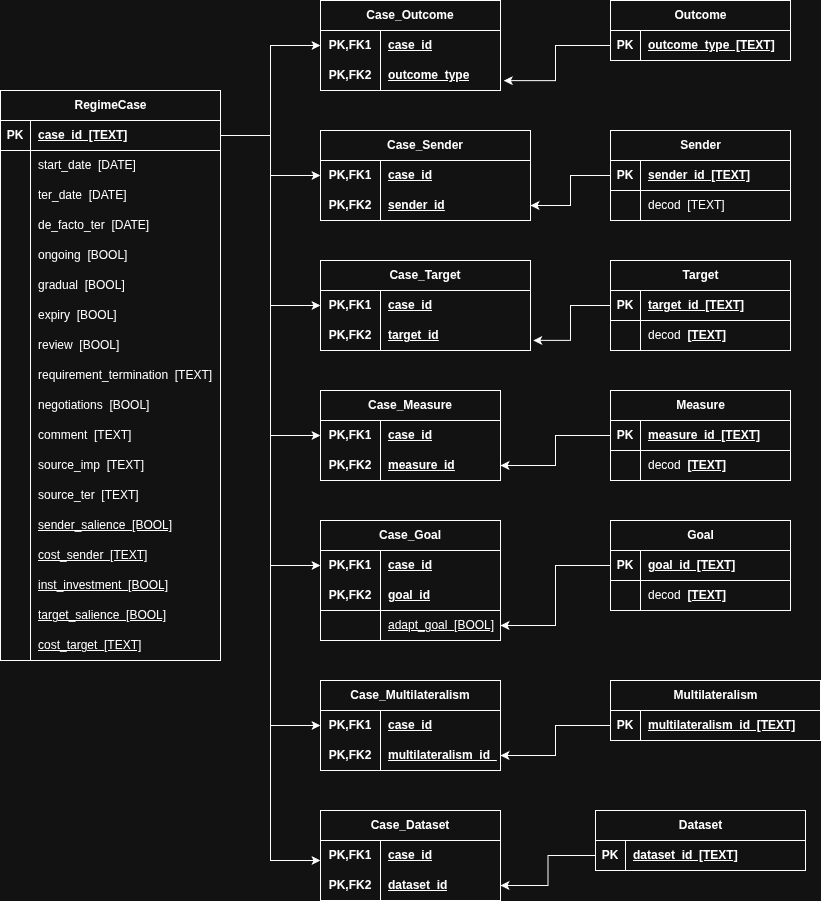
Before: ERD/ERD.drawio.png, a diagram exported from draw.io (jellyrosp/sanctions-termination-dataset). Source tidied: cells renumbered, new cells last; positions are measured from the earlier drawing's top-left corner, leaving out a move shared by most shapes.
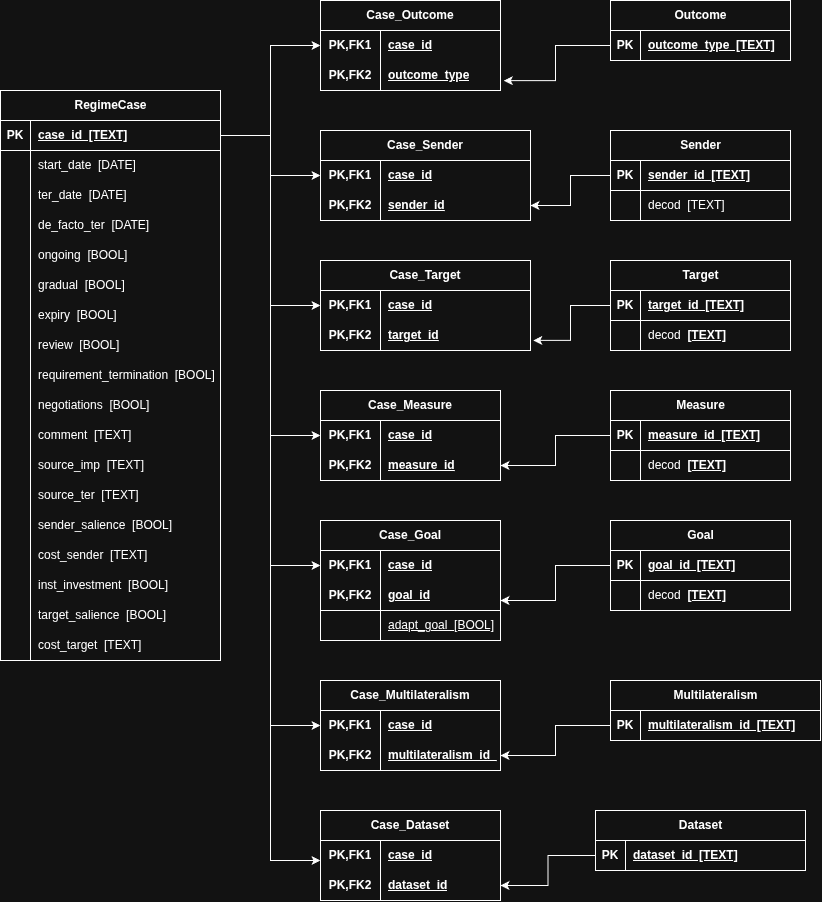
Above is the later version.

Diff of the diagram source:
```diff
@@ -83,7 +83,7 @@
     <mxCell id="28" style="shape=partialRectangle;fillColor=none;top=0;left=0;bottom=0;right=0;overflow=hidden;whiteSpace=wrap;html=1;" parent="27" vertex="1">
       <mxGeometry width="30" height="30" as="geometry" />
     </mxCell>
-    <mxCell id="29" value="requirement_termination&amp;nbsp; [TEXT]" style="shape=partialRectangle;fillColor=none;top=0;left=0;bottom=0;right=0;align=left;spacingLeft=6;overflow=hidden;whiteSpace=wrap;html=1;" parent="27" vertex="1">
+    <mxCell id="29" value="requirement_termination&amp;nbsp; [BOOL]" style="shape=partialRectangle;fillColor=none;top=0;left=0;bottom=0;right=0;align=left;spacingLeft=6;overflow=hidden;whiteSpace=wrap;html=1;" parent="27" vertex="1">
       <mxGeometry x="30" width="190" height="30" as="geometry" />
     </mxCell>
     <mxCell id="30" style="shape=tableRow;horizontal=0;startSize=0;swimlaneHead=0;swimlaneBody=0;fillColor=none;top=0;left=0;right=0;bottom=0;" parent="2" vertex="1">
@@ -128,7 +128,7 @@
     <mxCell id="43" style="shape=partialRectangle;fillColor=none;top=0;left=0;bottom=0;right=0;overflow=hidden;whiteSpace=wrap;html=1;" parent="42" vertex="1">
       <mxGeometry width="30" height="30" as="geometry" />
     </mxCell>
-    <mxCell id="44" value="&lt;span style=&quot;text-decoration-line: underline;&quot;&gt;sender_salience&amp;nbsp; [BOOL]&lt;/span&gt;" style="shape=partialRectangle;fillColor=none;top=0;left=0;bottom=0;right=0;align=left;spacingLeft=6;overflow=hidden;whiteSpace=wrap;html=1;" parent="42" vertex="1">
+    <mxCell id="44" value="sender_salience&amp;nbsp; [BOOL]" style="shape=partialRectangle;fillColor=none;top=0;left=0;bottom=0;right=0;align=left;spacingLeft=6;overflow=hidden;whiteSpace=wrap;html=1;" parent="42" vertex="1">
       <mxGeometry x="30" width="190" height="30" as="geometry" />
     </mxCell>
     <mxCell id="45" style="shape=tableRow;horizontal=0;startSize=0;swimlaneHead=0;swimlaneBody=0;fillColor=none;top=0;left=0;right=0;bottom=0;" parent="2" vertex="1">
@@ -137,7 +137,7 @@
     <mxCell id="46" style="shape=partialRectangle;fillColor=none;top=0;left=0;bottom=0;right=0;overflow=hidden;whiteSpace=wrap;html=1;" parent="45" vertex="1">
       <mxGeometry width="30" height="30" as="geometry" />
     </mxCell>
-    <mxCell id="47" value="&lt;span style=&quot;text-decoration-line: underline;&quot;&gt;cost_sender&amp;nbsp; [TEXT]&lt;/span&gt;" style="shape=partialRectangle;fillColor=none;top=0;left=0;bottom=0;right=0;align=left;spacingLeft=6;overflow=hidden;whiteSpace=wrap;html=1;" parent="45" vertex="1">
+    <mxCell id="47" value="cost_sender&amp;nbsp; [TEXT]" style="shape=partialRectangle;fillColor=none;top=0;left=0;bottom=0;right=0;align=left;spacingLeft=6;overflow=hidden;whiteSpace=wrap;html=1;" parent="45" vertex="1">
       <mxGeometry x="30" width="190" height="30" as="geometry" />
     </mxCell>
     <mxCell id="48" style="shape=tableRow;horizontal=0;startSize=0;swimlaneHead=0;swimlaneBody=0;fillColor=none;top=0;left=0;right=0;bottom=0;" parent="2" vertex="1">
@@ -146,7 +146,7 @@
     <mxCell id="49" style="shape=partialRectangle;fillColor=none;top=0;left=0;bottom=0;right=0;overflow=hidden;whiteSpace=wrap;html=1;" parent="48" vertex="1">
       <mxGeometry width="30" height="30" as="geometry" />
     </mxCell>
-    <mxCell id="50" value="&lt;span style=&quot;text-decoration-line: underline;&quot;&gt;inst_investment&amp;nbsp; [BOOL]&lt;/span&gt;" style="shape=partialRectangle;fillColor=none;top=0;left=0;bottom=0;right=0;align=left;spacingLeft=6;overflow=hidden;whiteSpace=wrap;html=1;" parent="48" vertex="1">
+    <mxCell id="50" value="inst_investment&amp;nbsp; [BOOL]" style="shape=partialRectangle;fillColor=none;top=0;left=0;bottom=0;right=0;align=left;spacingLeft=6;overflow=hidden;whiteSpace=wrap;html=1;" parent="48" vertex="1">
       <mxGeometry x="30" width="190" height="30" as="geometry" />
     </mxCell>
     <mxCell id="51" style="shape=tableRow;horizontal=0;startSize=0;swimlaneHead=0;swimlaneBody=0;fillColor=none;top=0;left=0;right=0;bottom=0;" parent="2" vertex="1">
@@ -155,7 +155,7 @@
     <mxCell id="52" style="shape=partialRectangle;fillColor=none;top=0;left=0;bottom=0;right=0;overflow=hidden;whiteSpace=wrap;html=1;" parent="51" vertex="1">
       <mxGeometry width="30" height="30" as="geometry" />
     </mxCell>
-    <mxCell id="53" value="&lt;span style=&quot;text-decoration-line: underline;&quot;&gt;target_salience&amp;nbsp; [BOOL]&lt;/span&gt;" style="shape=partialRectangle;fillColor=none;top=0;left=0;bottom=0;right=0;align=left;spacingLeft=6;overflow=hidden;whiteSpace=wrap;html=1;" parent="51" vertex="1">
+    <mxCell id="53" value="target_salience&amp;nbsp; [BOOL]" style="shape=partialRectangle;fillColor=none;top=0;left=0;bottom=0;right=0;align=left;spacingLeft=6;overflow=hidden;whiteSpace=wrap;html=1;" parent="51" vertex="1">
       <mxGeometry x="30" width="190" height="30" as="geometry" />
     </mxCell>
     <mxCell id="54" style="shape=tableRow;horizontal=0;startSize=0;swimlaneHead=0;swimlaneBody=0;fillColor=none;top=0;left=0;right=0;bottom=0;" parent="2" vertex="1">
@@ -164,7 +164,7 @@
     <mxCell id="55" style="shape=partialRectangle;fillColor=none;top=0;left=0;bottom=0;right=0;overflow=hidden;whiteSpace=wrap;html=1;" parent="54" vertex="1">
       <mxGeometry width="30" height="30" as="geometry" />
     </mxCell>
-    <mxCell id="56" value="&lt;span style=&quot;text-decoration-line: underline;&quot;&gt;cost_target&amp;nbsp; [TEXT]&lt;/span&gt;" style="shape=partialRectangle;fillColor=none;top=0;left=0;bottom=0;right=0;align=left;spacingLeft=6;overflow=hidden;whiteSpace=wrap;html=1;" parent="54" vertex="1">
+    <mxCell id="56" value="cost_target&amp;nbsp; [TEXT]" style="shape=partialRectangle;fillColor=none;top=0;left=0;bottom=0;right=0;align=left;spacingLeft=6;overflow=hidden;whiteSpace=wrap;html=1;" parent="54" vertex="1">
       <mxGeometry x="30" width="190" height="30" as="geometry" />
     </mxCell>
     <mxCell id="57" value="Outcome" style="shape=table;startSize=30;rowLines=0;fontStyle=1;align=center;html=1;" parent="1" vertex="1">
@@ -476,8 +476,15 @@
     <mxCell id="159" style="edgeStyle=orthogonalEdgeStyle;rounded=0;jettySize=auto;html=1;entryX=1;entryY=0.5;entryDx=0;entryDy=0;" parent="1" edge="1" source="83" target="93">
       <mxGeometry relative="1" as="geometry" />
     </mxCell>
-    <mxCell id="160" style="edgeStyle=orthogonalEdgeStyle;rounded=0;jettySize=auto;html=1;entryX=1;entryY=0.5;entryDx=0;entryDy=0;" parent="1" edge="1" source="121" target="117">
-      <mxGeometry relative="1" as="geometry" />
+    <mxCell id="160" style="edgeStyle=orthogonalEdgeStyle;rounded=0;jettySize=auto;html=1;" parent="1" edge="1" source="121">
+      <mxGeometry relative="1" as="geometry">
+        <mxPoint x="500" y="600" as="targetPoint" />
+        <Array as="points">
+          <mxPoint x="555" y="565" />
+          <mxPoint x="555" y="600" />
+          <mxPoint x="500" y="600" />
+        </Array>
+      </mxGeometry>
     </mxCell>
     <mxCell id="161" style="edgeStyle=orthogonalEdgeStyle;rounded=0;jettySize=auto;html=1;entryX=1;entryY=0.5;entryDx=0;entryDy=0;" parent="1" edge="1" source="135" target="131">
       <mxGeometry relative="1" as="geometry" />
```
